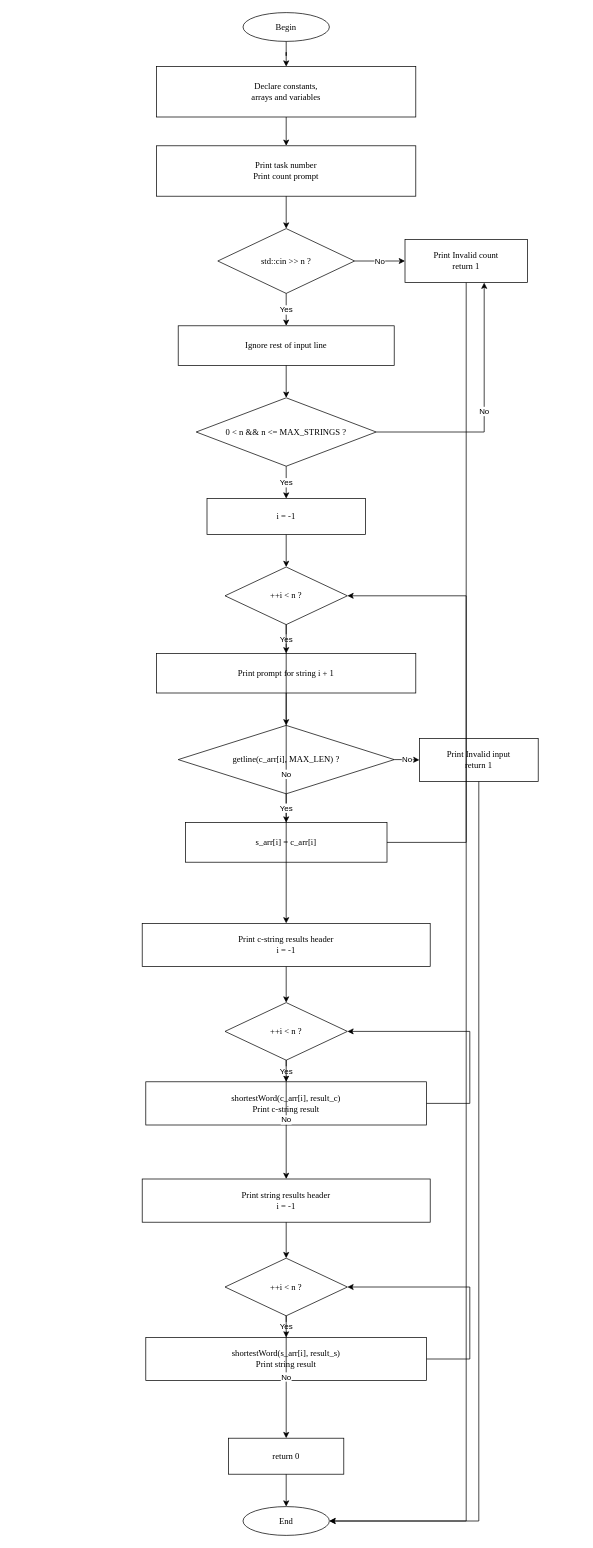
This is page "main" (3 of 3) of LAB2_1/LAB2_1.drawio from st93642/TSI, a draw.io file, before an edit. Source tidied: cells renumbered, new cells numbered last; positions are measured from the earlier drawing's top-left corner, leaving out a move shared by most shapes. Both pictures are drawn from the tidied source at 72%, with x=0, y=0 at pixel (142, 12).
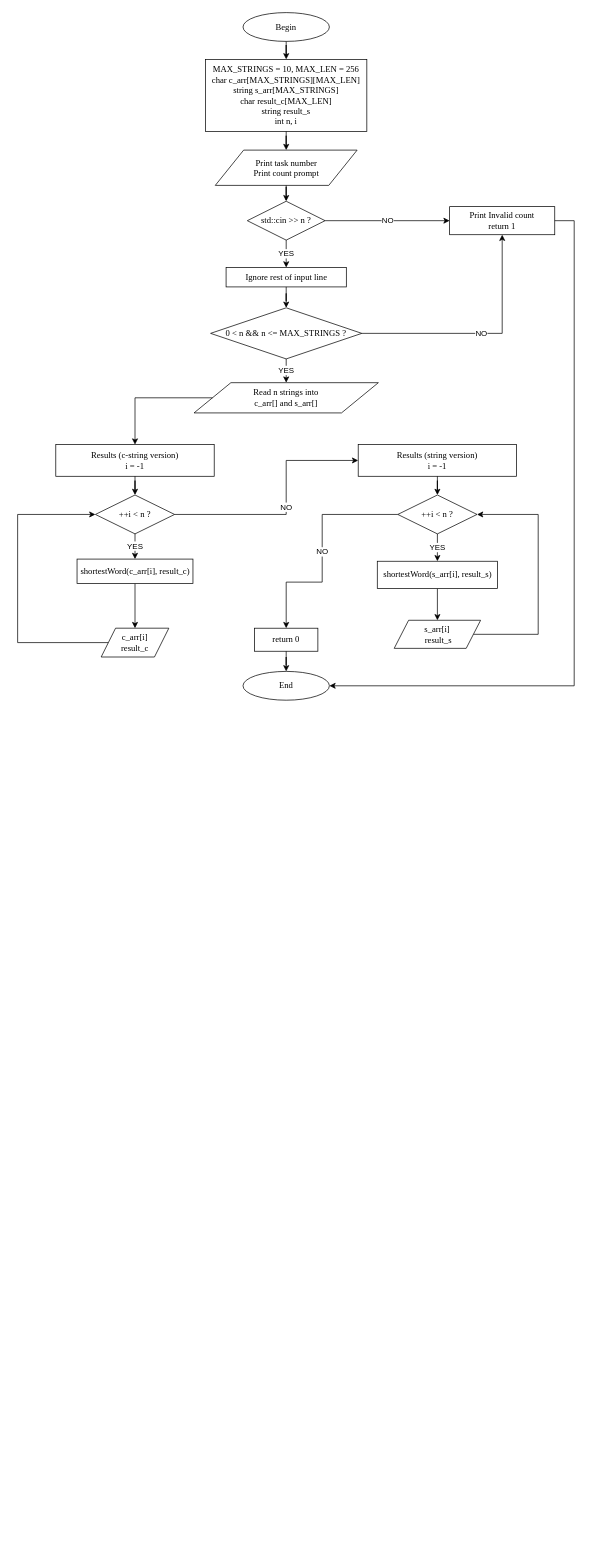
After the change.

Change to the diagram source:
```diff
@@
-    <mxCell id="3" value="Declare constants,&lt;br&gt;arrays and variables" style="rounded=0;whiteSpace=wrap;html=1;fontFamily=Times New Roman;fontSize=12;" parent="1" vertex="1">
-      <mxGeometry x="20" y="75" width="360" height="70" as="geometry" />
+    <mxCell id="3" value="MAX_STRINGS = 10, MAX_LEN = 256&lt;br&gt;char c_arr[MAX_STRINGS][MAX_LEN]&lt;br&gt;string s_arr[MAX_STRINGS]&lt;br&gt;char result_c[MAX_LEN]&lt;br&gt;string result_s&lt;br&gt;int n, i" style="rounded=0;whiteSpace=wrap;html=1;fontFamily=Times New Roman;fontSize=12;" parent="1" vertex="1">
+      <mxGeometry x="88" y="65" width="224" height="100" as="geometry" />
     </mxCell>
-    <mxCell id="4" value="Print task number&lt;br&gt;Print count prompt" style="rounded=0;whiteSpace=wrap;html=1;fontFamily=Times New Roman;fontSize=12;" parent="1" vertex="1">
-      <mxGeometry x="20" y="185" width="360" height="70" as="geometry" />
+    <mxCell id="4" value="Print task number&lt;br&gt;Print count prompt" style="shape=parallelogram;perimeter=parallelogramPerimeter;whiteSpace=wrap;html=1;fontFamily=Times New Roman;fontSize=12;" parent="1" vertex="1">
+      <mxGeometry x="101.5" y="191" width="197" height="49" as="geometry" />
     </mxCell>
     <mxCell id="5" value="std::cin &gt;&gt; n ?" style="rhombus;whiteSpace=wrap;html=1;fontFamily=Times New Roman;fontSize=12;" parent="1" vertex="1">
-      <mxGeometry x="105" y="300" width="190" height="90" as="geometry" />
+      <mxGeometry x="146" y="262" width="108" height="54" as="geometry" />
     </mxCell>
     <mxCell id="6" value="Print Invalid count&lt;br&gt;return 1" style="rounded=0;whiteSpace=wrap;html=1;fontFamily=Times New Roman;fontSize=12;" parent="1" vertex="1">
-      <mxGeometry x="365" y="315" width="170" height="60" as="geometry" />
+      <mxGeometry x="427" y="269.5" width="146" height="39" as="geometry" />
     </mxCell>
     <mxCell id="7" value="Ignore rest of input line" style="rounded=0;whiteSpace=wrap;html=1;fontFamily=Times New Roman;fontSize=12;" parent="1" vertex="1">
-      <mxGeometry x="50" y="435" width="300" height="55" as="geometry" />
+      <mxGeometry x="116.5" y="354" width="167" height="27" as="geometry" />
     </mxCell>
     <mxCell id="8" value="0 &lt; n &amp;&amp; n &lt;= MAX_STRINGS ?" style="rhombus;whiteSpace=wrap;html=1;fontFamily=Times New Roman;fontSize=12;" parent="1" vertex="1">
-      <mxGeometry x="75" y="535" width="250" height="95" as="geometry" />
+      <mxGeometry x="95" y="410" width="210" height="71" as="geometry" />
     </mxCell>
-    <mxCell id="9" value="i = -1" style="rounded=0;whiteSpace=wrap;html=1;fontFamily=Times New Roman;fontSize=12;" parent="1" vertex="1">
-      <mxGeometry x="90" y="675" width="220" height="50" as="geometry" />
+    <mxCell id="9" value="Read n strings into&lt;br&gt;c_arr[] and s_arr[]" style="shape=parallelogram;perimeter=parallelogramPerimeter;whiteSpace=wrap;html=1;fontFamily=Times New Roman;fontSize=12;" parent="1" vertex="1">
+      <mxGeometry x="72" y="514" width="256" height="42" as="geometry" />
     </mxCell>
+    <mxCell id="15" value="Results (c-string version)&lt;br&gt;i = -1" style="rounded=0;whiteSpace=wrap;html=1;fontFamily=Times New Roman;fontSize=12;" parent="1" vertex="1">
+      <mxGeometry x="-120" y="600" width="220" height="44" as="geometry" />
+    </mxCell>
     <mxCell id="10" value="++i &lt; n ?" style="rhombus;whiteSpace=wrap;html=1;fontFamily=Times New Roman;fontSize=12;" parent="1" vertex="1">
-      <mxGeometry x="115" y="770" width="170" height="80" as="geometry" />
+      <mxGeometry x="-65" y="670" width="110" height="54" as="geometry" />
     </mxCell>
-    <mxCell id="11" value="Print prompt for string i + 1" style="rounded=0;whiteSpace=wrap;html=1;fontFamily=Times New Roman;fontSize=12;" parent="1" vertex="1">
-      <mxGeometry x="20" y="890" width="360" height="55" as="geometry" />
-    </mxCell>
-    <mxCell id="12" value="getline(c_arr[i], MAX_LEN) ?" style="rhombus;whiteSpace=wrap;html=1;fontFamily=Times New Roman;fontSize=12;" parent="1" vertex="1">
-      <mxGeometry x="50" y="990" width="300" height="95" as="geometry" />
-    </mxCell>
-    <mxCell id="13" value="Print Invalid input&lt;br&gt;return 1" style="rounded=0;whiteSpace=wrap;html=1;fontFamily=Times New Roman;fontSize=12;" parent="1" vertex="1">
-      <mxGeometry x="385" y="1008" width="165" height="60" as="geometry" />
-    </mxCell>
-    <mxCell id="14" value="s_arr[i] = c_arr[i]" style="rounded=0;whiteSpace=wrap;html=1;fontFamily=Times New Roman;fontSize=12;" parent="1" vertex="1">
-      <mxGeometry x="60" y="1125" width="280" height="55" as="geometry" />
-    </mxCell>
-    <mxCell id="15" value="Print c-string results header&lt;br&gt;i = -1" style="rounded=0;whiteSpace=wrap;html=1;fontFamily=Times New Roman;fontSize=12;" parent="1" vertex="1">
-      <mxGeometry y="1265" width="400" height="60" as="geometry" />
-    </mxCell>
-    <mxCell id="16" value="++i &lt; n ?" style="rhombus;whiteSpace=wrap;html=1;fontFamily=Times New Roman;fontSize=12;" parent="1" vertex="1">
-      <mxGeometry x="115" y="1375" width="170" height="80" as="geometry" />
-    </mxCell>
+    <mxCell id="49" style="edgeStyle=orthogonalEdgeStyle;rounded=0;jettySize=auto;html=1;entryX=0.5;entryY=0;entryDx=0;entryDy=0;" parent="1" edge="1" source="17" target="54">
+      <mxGeometry relative="1" as="geometry" />
+    </mxCell>
-    <mxCell id="17" value="shortestWord(c_arr[i], result_c)&lt;br&gt;Print c-string result" style="rounded=0;whiteSpace=wrap;html=1;fontFamily=Times New Roman;fontSize=12;" parent="1" vertex="1">
-      <mxGeometry x="5" y="1485" width="390" height="60" as="geometry" />
+    <mxCell id="17" value="shortestWord(c_arr[i], result_c)" style="rounded=0;whiteSpace=wrap;html=1;fontFamily=Times New Roman;fontSize=12;" parent="1" vertex="1">
+      <mxGeometry x="-90.5" y="759" width="161" height="34" as="geometry" />
     </mxCell>
-    <mxCell id="18" value="Print string results header&lt;br&gt;i = -1" style="rounded=0;whiteSpace=wrap;html=1;fontFamily=Times New Roman;fontSize=12;" parent="1" vertex="1">
-      <mxGeometry y="1620" width="400" height="60" as="geometry" />
+    <mxCell id="18" value="Results (string version)&lt;br&gt;i = -1" style="rounded=0;whiteSpace=wrap;html=1;fontFamily=Times New Roman;fontSize=12;" parent="1" vertex="1">
+      <mxGeometry x="300" y="600" width="220" height="44" as="geometry" />
     </mxCell>
-    <mxCell id="19" value="++i &lt; n ?" style="rhombus;whiteSpace=wrap;html=1;fontFamily=Times New Roman;fontSize=12;" parent="1" vertex="1">
-      <mxGeometry x="115" y="1730" width="170" height="80" as="geometry" />
-    </mxCell>
+    <mxCell id="12" value="++i &lt; n ?" style="rhombus;whiteSpace=wrap;html=1;fontFamily=Times New Roman;fontSize=12;" parent="1" vertex="1">
+      <mxGeometry x="355" y="670" width="110" height="54" as="geometry" />
+    </mxCell>
+    <mxCell id="50" style="edgeStyle=orthogonalEdgeStyle;rounded=0;jettySize=auto;html=1;entryX=0.5;entryY=0;entryDx=0;entryDy=0;" parent="1" edge="1" source="20" target="52">
+      <mxGeometry relative="1" as="geometry" />
+    </mxCell>
-    <mxCell id="20" value="shortestWord(s_arr[i], result_s)&lt;br&gt;Print string result" style="rounded=0;whiteSpace=wrap;html=1;fontFamily=Times New Roman;fontSize=12;" parent="1" vertex="1">
-      <mxGeometry x="5" y="1840" width="390" height="60" as="geometry" />
+    <mxCell id="20" value="shortestWord(s_arr[i], result_s)" style="rounded=0;whiteSpace=wrap;html=1;fontFamily=Times New Roman;fontSize=12;" parent="1" vertex="1">
+      <mxGeometry x="326.5" y="762" width="167" height="38" as="geometry" />
     </mxCell>
     <mxCell id="21" value="return 0" style="rounded=0;whiteSpace=wrap;html=1;fontFamily=Times New Roman;fontSize=12;" parent="1" vertex="1">
-      <mxGeometry x="120" y="1980" width="160" height="50" as="geometry" />
+      <mxGeometry x="156" y="855" width="88" height="32" as="geometry" />
     </mxCell>
     <mxCell id="22" value="End" style="ellipse;whiteSpace=wrap;html=1;fontFamily=Times New Roman;fontSize=12;" parent="1" vertex="1">
-      <mxGeometry x="140" y="2075" width="120" height="40" as="geometry" />
+      <mxGeometry x="140" y="915" width="120" height="40" as="geometry" />
     </mxCell>
@@
-    <mxCell id="26" value="No" style="edgeStyle=orthogonalEdgeStyle;rounded=0;jettySize=auto;html=1;" parent="1" edge="1" source="5" target="6">
+    <mxCell id="26" value="NO" style="edgeStyle=orthogonalEdgeStyle;rounded=0;jettySize=auto;html=1;" parent="1" edge="1" source="5" target="6">
       <mxGeometry relative="1" as="geometry" />
     </mxCell>
-    <mxCell id="27" value="Yes" style="edgeStyle=orthogonalEdgeStyle;rounded=0;jettySize=auto;html=1;" parent="1" edge="1" source="5" target="7">
+    <mxCell id="27" value="YES" style="edgeStyle=orthogonalEdgeStyle;rounded=0;jettySize=auto;html=1;" parent="1" edge="1" source="5" target="7">
       <mxGeometry relative="1" as="geometry" />
     </mxCell>
@@
-    <mxCell id="29" value="No" style="edgeStyle=orthogonalEdgeStyle;rounded=0;jettySize=auto;html=1;" parent="1" edge="1" source="8" target="6">
+    <mxCell id="29" value="NO" style="edgeStyle=orthogonalEdgeStyle;rounded=0;jettySize=auto;html=1;" parent="1" edge="1" source="8" target="6">
       <mxGeometry relative="1" as="geometry">
         <Array as="points">
-          <mxPoint x="475" y="582" />
-          <mxPoint x="475" y="345" />
+          <mxPoint x="500" y="446" />
         </Array>
       </mxGeometry>
     </mxCell>
-    <mxCell id="30" value="Yes" style="edgeStyle=orthogonalEdgeStyle;rounded=0;jettySize=auto;html=1;" parent="1" edge="1" source="8" target="9">
+    <mxCell id="30" value="YES" style="edgeStyle=orthogonalEdgeStyle;rounded=0;jettySize=auto;html=1;" parent="1" edge="1" source="8" target="9">
       <mxGeometry relative="1" as="geometry" />
     </mxCell>
-    <mxCell id="31" style="edgeStyle=orthogonalEdgeStyle;rounded=0;jettySize=auto;html=1;" parent="1" edge="1" source="9" target="10">
-      <mxGeometry relative="1" as="geometry" />
+    <mxCell id="31" style="edgeStyle=orthogonalEdgeStyle;rounded=0;jettySize=auto;html=1;" parent="1" edge="1" source="9" target="15">
+      <mxGeometry relative="1" as="geometry">
+        <Array as="points">
+          <mxPoint x="-10" y="535" />
+        </Array>
+      </mxGeometry>
     </mxCell>
-    <mxCell id="32" value="Yes" style="edgeStyle=orthogonalEdgeStyle;rounded=0;jettySize=auto;html=1;" parent="1" edge="1" source="10" target="11">
+    <mxCell id="32" style="edgeStyle=orthogonalEdgeStyle;rounded=0;jettySize=auto;html=1;" parent="1" edge="1" source="15" target="10">
       <mxGeometry relative="1" as="geometry" />
     </mxCell>
-    <mxCell id="33" value="No" style="edgeStyle=orthogonalEdgeStyle;rounded=0;jettySize=auto;html=1;" parent="1" edge="1" source="10" target="15">
+    <mxCell id="33" value="YES" style="edgeStyle=orthogonalEdgeStyle;rounded=0;jettySize=auto;html=1;" parent="1" edge="1" source="10" target="17">
       <mxGeometry relative="1" as="geometry" />
     </mxCell>
-    <mxCell id="34" style="edgeStyle=orthogonalEdgeStyle;rounded=0;jettySize=auto;html=1;" parent="1" edge="1" source="11" target="12">
-      <mxGeometry relative="1" as="geometry" />
-    </mxCell>
-    <mxCell id="35" value="No" style="edgeStyle=orthogonalEdgeStyle;rounded=0;jettySize=auto;html=1;" parent="1" edge="1" source="12" target="13">
-      <mxGeometry relative="1" as="geometry" />
-    </mxCell>
-    <mxCell id="36" value="Yes" style="edgeStyle=orthogonalEdgeStyle;rounded=0;jettySize=auto;html=1;" parent="1" edge="1" source="12" target="14">
-      <mxGeometry relative="1" as="geometry" />
-    </mxCell>
-    <mxCell id="37" style="edgeStyle=orthogonalEdgeStyle;rounded=0;jettySize=auto;html=1;" parent="1" edge="1" source="14" target="10">
-      <mxGeometry relative="1" as="geometry">
-        <Array as="points">
-          <mxPoint x="450" y="1152" />
-          <mxPoint x="450" y="810" />
-        </Array>
-      </mxGeometry>
-    </mxCell>
-    <mxCell id="38" style="edgeStyle=orthogonalEdgeStyle;rounded=0;jettySize=auto;html=1;" parent="1" edge="1" source="15" target="16">
-      <mxGeometry relative="1" as="geometry" />
+    <mxCell id="38" value="NO" style="edgeStyle=orthogonalEdgeStyle;rounded=0;jettySize=auto;html=1;" parent="1" edge="1" source="10" target="18">
+      <mxGeometry relative="1" as="geometry">
+        <Array as="points">
+          <mxPoint x="200" y="697" />
+        </Array>
+      </mxGeometry>
     </mxCell>
-    <mxCell id="39" value="Yes" style="edgeStyle=orthogonalEdgeStyle;rounded=0;jettySize=auto;html=1;" parent="1" edge="1" source="16" target="17">
+    <mxCell id="39" style="edgeStyle=orthogonalEdgeStyle;rounded=0;jettySize=auto;html=1;" parent="1" edge="1" source="18" target="12">
       <mxGeometry relative="1" as="geometry" />
     </mxCell>
-    <mxCell id="40" value="No" style="edgeStyle=orthogonalEdgeStyle;rounded=0;jettySize=auto;html=1;" parent="1" edge="1" source="16" target="18">
+    <mxCell id="40" value="YES" style="edgeStyle=orthogonalEdgeStyle;rounded=0;jettySize=auto;html=1;" parent="1" edge="1" source="12" target="20">
       <mxGeometry relative="1" as="geometry" />
     </mxCell>
-    <mxCell id="41" style="edgeStyle=orthogonalEdgeStyle;rounded=0;jettySize=auto;html=1;" parent="1" edge="1" source="17" target="16">
-      <mxGeometry relative="1" as="geometry">
-        <Array as="points">
-          <mxPoint x="455" y="1515" />
-          <mxPoint x="455" y="1415" />
-        </Array>
-      </mxGeometry>
-    </mxCell>
-    <mxCell id="42" style="edgeStyle=orthogonalEdgeStyle;rounded=0;jettySize=auto;html=1;" parent="1" edge="1" source="18" target="19">
-      <mxGeometry relative="1" as="geometry" />
+    <mxCell id="42" value="NO" style="edgeStyle=orthogonalEdgeStyle;rounded=0;jettySize=auto;html=1;entryX=0.5;entryY=0;entryDx=0;entryDy=0;" parent="1" edge="1" source="12" target="21">
+      <mxGeometry relative="1" as="geometry">
+        <Array as="points">
+          <mxPoint x="250" y="697" />
+          <mxPoint x="250" y="791" />
+          <mxPoint x="200" y="791" />
+        </Array>
+      </mxGeometry>
     </mxCell>
-    <mxCell id="43" value="Yes" style="edgeStyle=orthogonalEdgeStyle;rounded=0;jettySize=auto;html=1;" parent="1" edge="1" source="19" target="20">
-      <mxGeometry relative="1" as="geometry" />
-    </mxCell>
-    <mxCell id="44" value="No" style="edgeStyle=orthogonalEdgeStyle;rounded=0;jettySize=auto;html=1;" parent="1" edge="1" source="19" target="21">
-      <mxGeometry relative="1" as="geometry" />
-    </mxCell>
-    <mxCell id="45" style="edgeStyle=orthogonalEdgeStyle;rounded=0;jettySize=auto;html=1;" parent="1" edge="1" source="20" target="19">
-      <mxGeometry relative="1" as="geometry">
-        <Array as="points">
-          <mxPoint x="455" y="1870" />
-          <mxPoint x="455" y="1770" />
-        </Array>
-      </mxGeometry>
-    </mxCell>
@@
     <mxCell id="47" style="edgeStyle=orthogonalEdgeStyle;rounded=0;jettySize=auto;html=1;" parent="1" edge="1" source="6" target="22">
       <mxGeometry relative="1" as="geometry">
         <Array as="points">
-          <mxPoint x="450" y="2095" />
+          <mxPoint x="600" y="289" />
+          <mxPoint x="600" y="935" />
         </Array>
       </mxGeometry>
     </mxCell>
-    <mxCell id="48" style="edgeStyle=orthogonalEdgeStyle;rounded=0;jettySize=auto;html=1;" parent="1" edge="1" source="13" target="22">
-      <mxGeometry relative="1" as="geometry">
-        <Array as="points">
-          <mxPoint x="468" y="2095" />
-        </Array>
-      </mxGeometry>
-    </mxCell>
+    <mxCell id="51" style="edgeStyle=orthogonalEdgeStyle;rounded=0;jettySize=auto;html=1;entryX=1;entryY=0.5;entryDx=0;entryDy=0;" parent="1" edge="1" source="52" target="12">
+      <mxGeometry relative="1" as="geometry">
+        <Array as="points">
+          <mxPoint x="550" y="864" />
+          <mxPoint x="550" y="697" />
+        </Array>
+      </mxGeometry>
+    </mxCell>
+    <mxCell id="52" value="&lt;span style=&quot;font-family: &amp;quot;Times New Roman&amp;quot;;&quot;&gt;s_arr[i]&lt;/span&gt;&lt;div&gt;&lt;span style=&quot;font-family: &amp;quot;Times New Roman&amp;quot;;&quot;&gt;&amp;nbsp;result_s&lt;/span&gt;&lt;/div&gt;" style="shape=parallelogram;perimeter=parallelogramPerimeter;whiteSpace=wrap;html=1;fixedSize=1;" parent="1" vertex="1">
+      <mxGeometry x="350" y="844" width="120" height="39" as="geometry" />
+    </mxCell>
+    <mxCell id="53" style="edgeStyle=orthogonalEdgeStyle;rounded=0;jettySize=auto;html=1;entryX=0;entryY=0.5;entryDx=0;entryDy=0;" parent="1" edge="1" source="54" target="10">
+      <mxGeometry relative="1" as="geometry">
+        <Array as="points">
+          <mxPoint x="-173" y="875" />
+          <mxPoint x="-173" y="697" />
+        </Array>
+      </mxGeometry>
+    </mxCell>
+    <mxCell id="54" value="&lt;span style=&quot;font-family: &amp;quot;Times New Roman&amp;quot;;&quot;&gt;c_arr[i]&lt;/span&gt;&lt;div&gt;&lt;span style=&quot;font-family: &amp;quot;Times New Roman&amp;quot;;&quot;&gt;result_c&lt;/span&gt;&lt;/div&gt;" style="shape=parallelogram;perimeter=parallelogramPerimeter;whiteSpace=wrap;html=1;fixedSize=1;" parent="1" vertex="1">
+      <mxGeometry x="-57" y="855" width="94" height="40" as="geometry" />
+    </mxCell>
```
